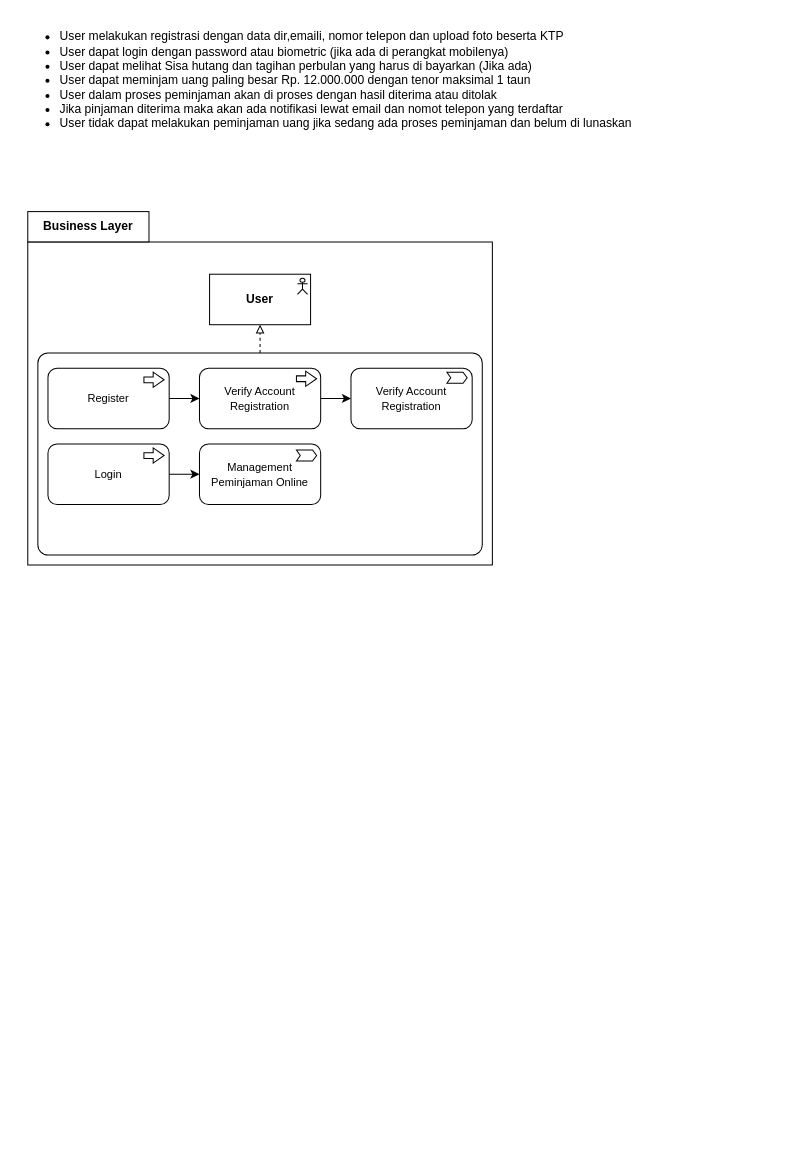
riekamaul/MandiriAssessment keeps this draw.io diagram as HLD.drawio. Above is the earlier version. Source tidied: cells renumbered, new cells numbered last; positions are measured from the earlier drawing's top-left corner, leaving out a move shared by most shapes. Both pictures are drawn from the tidied source at 101%, with x=0, y=0 at pixel (17, 19).
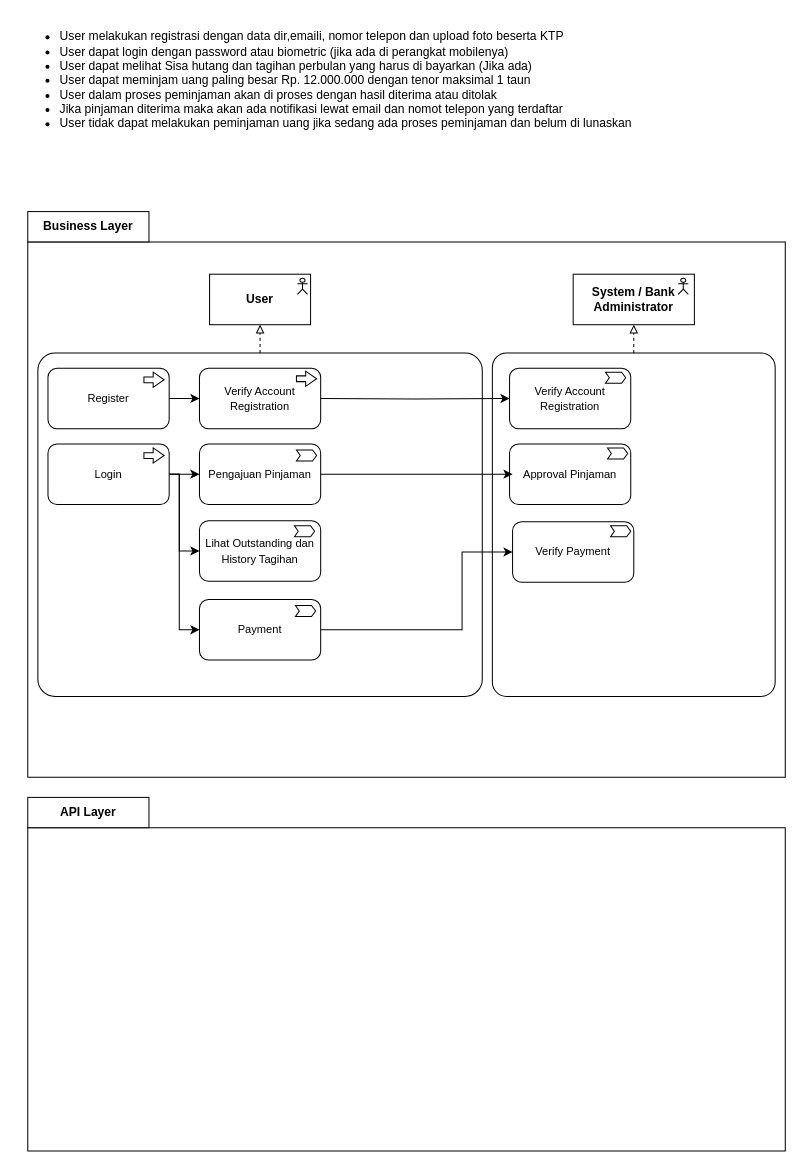
After the change.

Unchanged cells that the change refers to:
```xml
<mxCell id="12" value="&lt;font style=&quot;font-size: 11px;&quot;&gt;Verify Account Registration&lt;/font&gt;" style="rounded=1;whiteSpace=wrap;html=1;" parent="1" vertex="1">
  <mxGeometry x="180" y="345" width="120" height="60" as="geometry" />
</mxCell>
<mxCell id="17" value="&lt;font style=&quot;font-size: 11px;&quot;&gt;Login&lt;/font&gt;" style="rounded=1;whiteSpace=wrap;html=1;" parent="1" vertex="1">
  <mxGeometry x="30" y="420" width="120" height="60" as="geometry" />
</mxCell>
```

Diff of the diagram source:
```diff
@@
     <mxCell id="3" style="verticalLabelPosition=bottom;verticalAlign=top;html=1;shape=mxgraph.basic.rect;fillColor2=none;strokeWidth=1;size=20;indent=5;" parent="1" vertex="1">
-      <mxGeometry x="10" y="220" width="460" height="320" as="geometry" />
+      <mxGeometry x="10" y="220" width="750" height="530" as="geometry" />
     </mxCell>
@@
     <mxCell id="7" style="rounded=1;whiteSpace=wrap;html=1;arcSize=5;" parent="1" vertex="1">
-      <mxGeometry x="20" y="330" width="440" height="200" as="geometry" />
+      <mxGeometry x="20" y="330" width="440" height="340" as="geometry" />
     </mxCell>
@@
-    <mxCell id="11" style="edgeStyle=orthogonalEdgeStyle;rounded=0;jettySize=auto;html=1;fontSize=11;" parent="1" edge="1" source="12" target="14">
-      <mxGeometry relative="1" as="geometry" />
-    </mxCell>
@@
-    <mxCell id="14" value="&lt;font style=&quot;font-size: 11px;&quot;&gt;Verify Account Registration&lt;/font&gt;" style="rounded=1;whiteSpace=wrap;html=1;" parent="1" vertex="1">
-      <mxGeometry x="330" y="345" width="120" height="60" as="geometry" />
-    </mxCell>
-    <mxCell id="15" style="html=1;shadow=0;dashed=0;align=center;verticalAlign=middle;shape=mxgraph.arrows2.arrow;dy=0;dx=4.07;notch=3.8;fontSize=11;" parent="1" vertex="1">
-      <mxGeometry x="425" y="349" width="20" height="11" as="geometry" />
-    </mxCell>
@@
-    <mxCell id="19" value="&lt;span style=&quot;font-size: 11px;&quot;&gt;Management Peminjaman Online&lt;/span&gt;" style="rounded=1;whiteSpace=wrap;html=1;" parent="1" vertex="1">
+    <mxCell id="19" value="&lt;span style=&quot;font-size: 11px;&quot;&gt;Pengajuan Pinjaman&lt;/span&gt;" style="rounded=1;whiteSpace=wrap;html=1;" parent="1" vertex="1">
       <mxGeometry x="180" y="420" width="120" height="60" as="geometry" />
     </mxCell>
@@
+    <mxCell id="22" style="verticalLabelPosition=bottom;verticalAlign=top;html=1;shape=mxgraph.basic.rect;fillColor2=none;strokeWidth=1;size=20;indent=5;" parent="1" vertex="1">
+      <mxGeometry x="10" y="800" width="750" height="320" as="geometry" />
+    </mxCell>
+    <mxCell id="23" value="&lt;b&gt;API Layer&lt;/b&gt;" style="rounded=0;whiteSpace=wrap;html=1;" parent="1" vertex="1">
+      <mxGeometry x="10" y="770" width="120" height="30" as="geometry" />
+    </mxCell>
+    <mxCell id="24" style="rounded=1;whiteSpace=wrap;html=1;arcSize=5;" parent="1" vertex="1">
+      <mxGeometry x="470" y="330" width="280" height="340" as="geometry" />
+    </mxCell>
+    <mxCell id="25" value="&lt;b&gt;System / Bank Administrator&lt;/b&gt;" style="rounded=0;whiteSpace=wrap;html=1;" parent="1" vertex="1">
+      <mxGeometry x="550" y="252" width="120" height="50" as="geometry" />
+    </mxCell>
+    <mxCell id="26" style="shape=umlActor;verticalLabelPosition=bottom;verticalAlign=top;html=1;" parent="1" vertex="1">
+      <mxGeometry x="654" y="256" width="10" height="16" as="geometry" />
+    </mxCell>
+    <mxCell id="27" style="edgeStyle=segmentEdgeStyle;endArrow=block;html=1;rounded=0;fontSize=11;entryX=0.5;entryY=1;entryDx=0;entryDy=0;strokeColor=default;dashed=1;endFill=0;exitX=0.5;exitY=0;exitDx=0;exitDy=0;" parent="1" edge="1" source="24" target="25">
+      <mxGeometry relative="1" as="geometry" />
+    </mxCell>
+    <mxCell id="14" value="&lt;font style=&quot;font-size: 11px;&quot;&gt;Verify Account Registration&lt;/font&gt;" style="rounded=1;whiteSpace=wrap;html=1;" parent="1" vertex="1">
+      <mxGeometry x="487" y="345" width="120" height="60" as="geometry" />
+    </mxCell>
+    <mxCell id="28" style="html=1;shadow=0;dashed=0;align=center;verticalAlign=middle;shape=mxgraph.arrows2.arrow;dy=0;dx=4.07;notch=3.8;fontSize=11;" parent="1" vertex="1">
+      <mxGeometry x="582" y="349" width="20" height="11" as="geometry" />
+    </mxCell>
+    <mxCell id="29" style="edgeStyle=orthogonalEdgeStyle;rounded=0;jettySize=auto;html=1;fontSize=11;entryX=0;entryY=0.5;entryDx=0;entryDy=0;" parent="1" edge="1" target="14">
+      <mxGeometry relative="1" as="geometry">
+        <mxPoint x="300" y="375" as="sourcePoint" />
+      </mxGeometry>
+    </mxCell>
+    <mxCell id="30" value="&lt;span style=&quot;font-size: 11px;&quot;&gt;Approval Pinjaman&lt;/span&gt;" style="rounded=1;whiteSpace=wrap;html=1;" parent="1" vertex="1">
+      <mxGeometry x="487" y="420" width="120" height="60" as="geometry" />
+    </mxCell>
+    <mxCell id="31" value="&lt;span style=&quot;font-size: 11px;&quot;&gt;Lihat Outstanding dan History Tagihan&lt;/span&gt;" style="rounded=1;whiteSpace=wrap;html=1;" parent="1" vertex="1">
+      <mxGeometry x="180" y="496" width="120" height="60" as="geometry" />
+    </mxCell>
+    <mxCell id="32" value="&lt;span style=&quot;font-size: 11px;&quot;&gt;Payment&lt;/span&gt;" style="rounded=1;whiteSpace=wrap;html=1;" parent="1" vertex="1">
+      <mxGeometry x="180" y="574" width="120" height="60" as="geometry" />
+    </mxCell>
+    <mxCell id="33" style="edgeStyle=orthogonalEdgeStyle;rounded=0;jettySize=auto;html=1;fontSize=11;exitX=1;exitY=0.5;exitDx=0;exitDy=0;entryX=0;entryY=0.5;entryDx=0;entryDy=0;" parent="1" edge="1" source="17" target="31">
+      <mxGeometry relative="1" as="geometry">
+        <Array as="points">
+          <mxPoint x="160" y="450" />
+          <mxPoint x="160" y="526" />
+        </Array>
+      </mxGeometry>
+    </mxCell>
+    <mxCell id="34" style="edgeStyle=orthogonalEdgeStyle;rounded=0;jettySize=auto;html=1;fontSize=11;exitX=1;exitY=0.5;exitDx=0;exitDy=0;entryX=0;entryY=0.5;entryDx=0;entryDy=0;" parent="1" edge="1" source="17" target="32">
+      <mxGeometry relative="1" as="geometry">
+        <Array as="points">
+          <mxPoint x="160" y="450" />
+          <mxPoint x="160" y="604" />
+        </Array>
+      </mxGeometry>
+    </mxCell>
+    <mxCell id="35" style="html=1;shadow=0;dashed=0;align=center;verticalAlign=middle;shape=mxgraph.arrows2.arrow;dy=0;dx=4.07;notch=3.8;fontSize=11;" parent="1" vertex="1">
+      <mxGeometry x="274" y="501" width="20" height="11" as="geometry" />
+    </mxCell>
+    <mxCell id="36" style="html=1;shadow=0;dashed=0;align=center;verticalAlign=middle;shape=mxgraph.arrows2.arrow;dy=0;dx=4.07;notch=3.8;fontSize=11;" parent="1" vertex="1">
+      <mxGeometry x="275" y="580" width="20" height="11" as="geometry" />
+    </mxCell>
+    <mxCell id="37" style="html=1;shadow=0;dashed=0;align=center;verticalAlign=middle;shape=mxgraph.arrows2.arrow;dy=0;dx=4.07;notch=3.8;fontSize=11;" parent="1" vertex="1">
+      <mxGeometry x="584" y="424" width="20" height="11" as="geometry" />
+    </mxCell>
+    <mxCell id="38" value="&lt;span style=&quot;font-size: 11px;&quot;&gt;Verify Payment&lt;/span&gt;" style="rounded=1;whiteSpace=wrap;html=1;" parent="1" vertex="1">
+      <mxGeometry x="490" y="497" width="120" height="60" as="geometry" />
+    </mxCell>
+    <mxCell id="39" style="html=1;shadow=0;dashed=0;align=center;verticalAlign=middle;shape=mxgraph.arrows2.arrow;dy=0;dx=4.07;notch=3.8;fontSize=11;" parent="1" vertex="1">
+      <mxGeometry x="587" y="501" width="20" height="11" as="geometry" />
+    </mxCell>
+    <mxCell id="40" style="edgeStyle=orthogonalEdgeStyle;rounded=0;jettySize=auto;html=1;fontSize=11;entryX=0;entryY=0.5;entryDx=0;entryDy=0;exitX=1;exitY=0.5;exitDx=0;exitDy=0;" parent="1" edge="1" source="32" target="38">
+      <mxGeometry relative="1" as="geometry">
+        <Array as="points">
+          <mxPoint x="440" y="604" />
+          <mxPoint x="440" y="527" />
+        </Array>
+      </mxGeometry>
+    </mxCell>
+    <mxCell id="41" style="edgeStyle=orthogonalEdgeStyle;rounded=0;jettySize=auto;html=1;fontSize=11;exitX=1;exitY=0.5;exitDx=0;exitDy=0;" parent="1" edge="1" source="19">
+      <mxGeometry relative="1" as="geometry">
+        <mxPoint x="490" y="450" as="targetPoint" />
+      </mxGeometry>
+    </mxCell>
```
